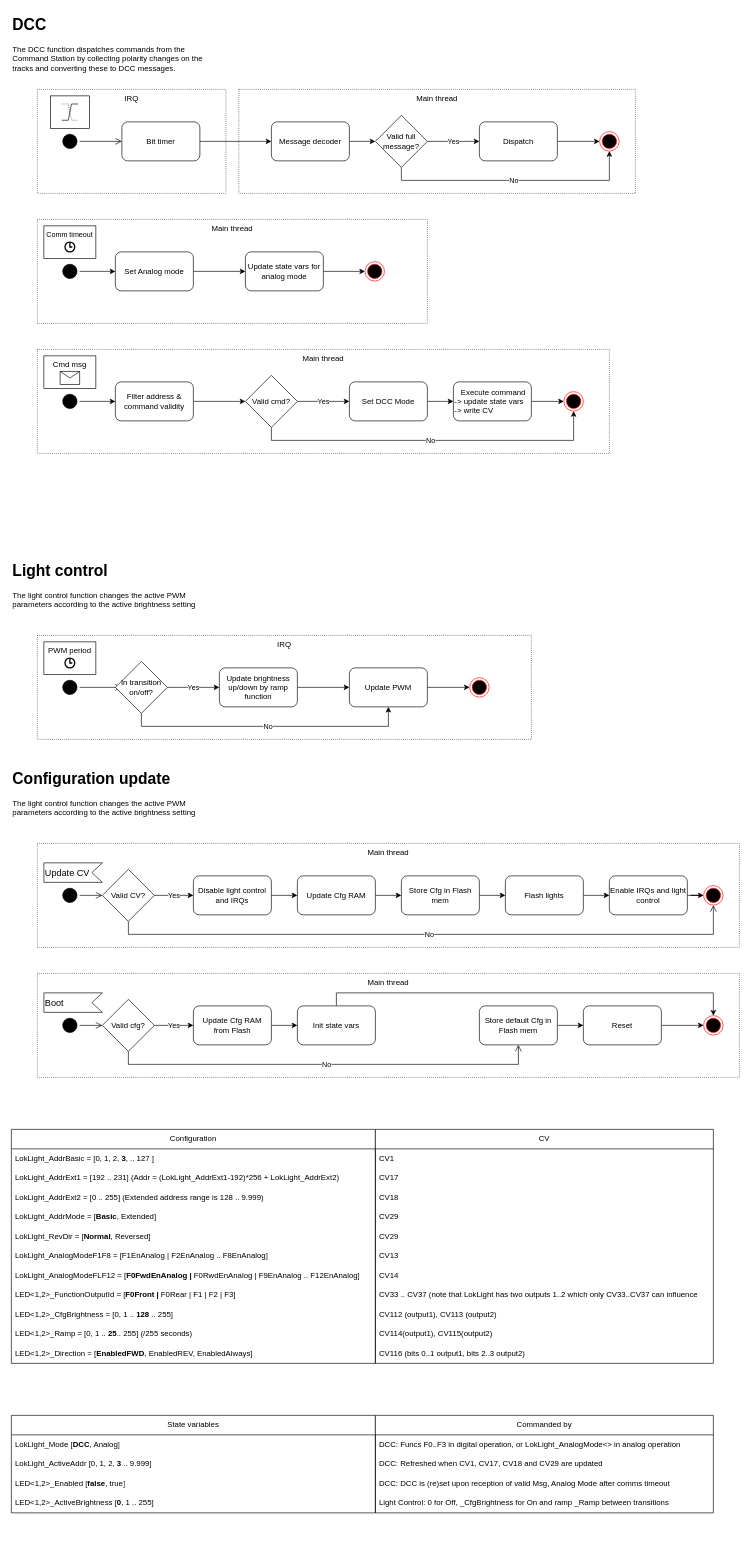
Above: doc/software architecture.drawio in adtembedded/LokLight-firmware (draw.io), before the change. Source tidied: cells renumbered, new cells numbered last; positions are measured from the earlier drawing's top-left corner, leaving out a move shared by most shapes. Both pictures are drawn from the tidied source at 65%, with x=0, y=0 at pixel (11, 11).
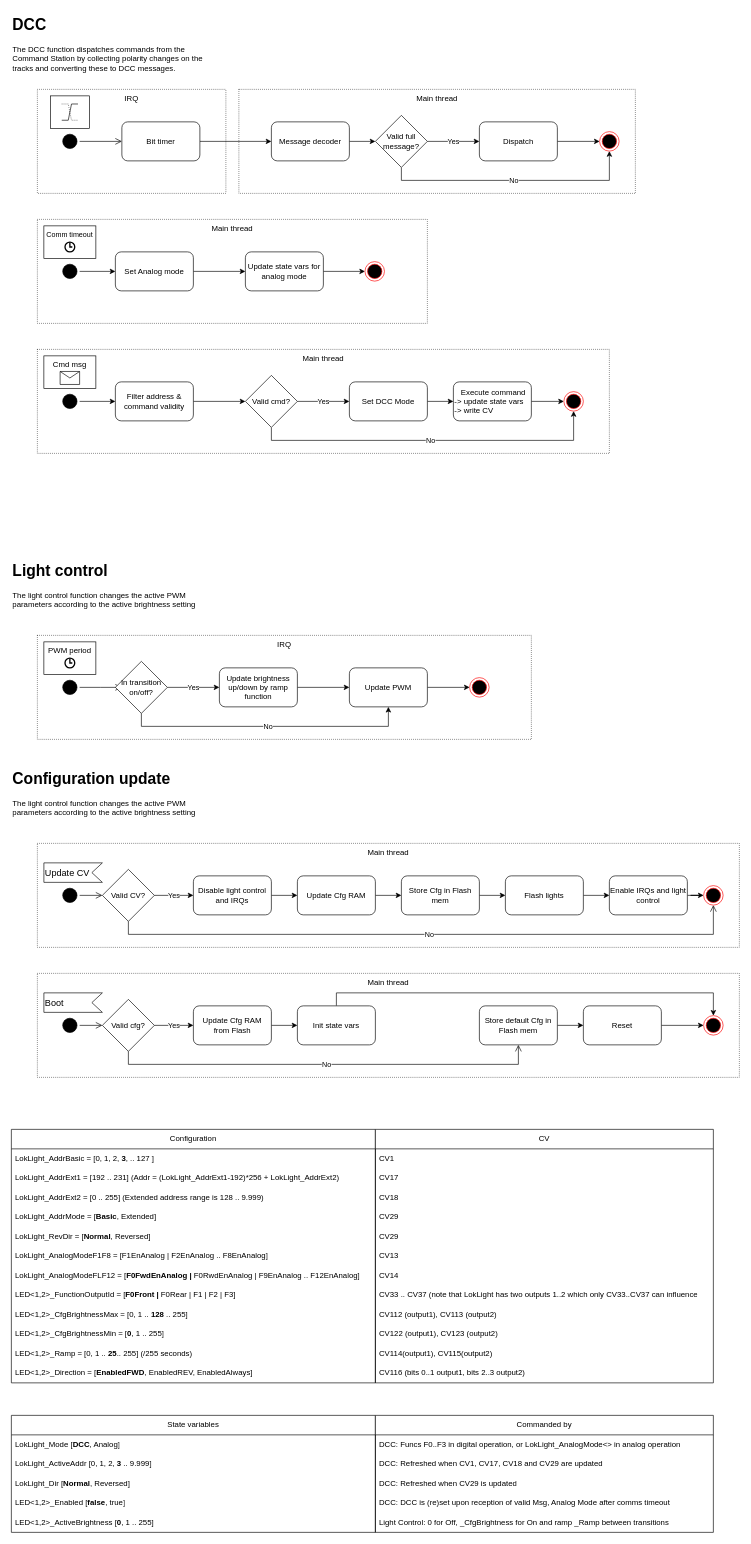
The same page after the edit.

Commit message (it also covers changes not shown here):
add configuration and state vars for dcc control

Diff of the diagram source:
```diff
@@
     <mxCell id="69" value="Configuration" style="swimlane;fontStyle=0;horizontal=1;startSize=30;whiteSpace=wrap;html=1;" parent="1" vertex="1">
-      <mxGeometry y="1720" width="560" height="360" as="geometry" />
+      <mxGeometry y="1720" width="560" height="390" as="geometry" />
     </mxCell>
@@
-    <mxCell id="78" value="LED&amp;lt;1,2&amp;gt;_CfgBrightness = [0, 1 .. &lt;b&gt;128 &lt;/b&gt;.. 255]" style="text;strokeColor=none;fillColor=none;align=left;verticalAlign=middle;spacingLeft=4;spacingRight=4;overflow=hidden;whiteSpace=wrap;html=1;" parent="69" vertex="1">
+    <mxCell id="78" value="LED&amp;lt;1,2&amp;gt;_CfgBrightnessMax = [0, 1 .. &lt;b&gt;128 &lt;/b&gt;.. 255]" style="text;strokeColor=none;fillColor=none;align=left;verticalAlign=middle;spacingLeft=4;spacingRight=4;overflow=hidden;whiteSpace=wrap;html=1;" parent="69" vertex="1">
       <mxGeometry y="270" width="560" height="30" as="geometry" />
     </mxCell>
+    <mxCell id="132" value="LED&amp;lt;1,2&amp;gt;_CfgBrightnessMin = [&lt;b&gt;0&lt;/b&gt;, 1 ..&amp;nbsp;255]" style="text;strokeColor=none;fillColor=none;align=left;verticalAlign=middle;spacingLeft=4;spacingRight=4;overflow=hidden;whiteSpace=wrap;html=1;" parent="69" vertex="1">
+      <mxGeometry y="300" width="560" height="30" as="geometry" />
+    </mxCell>
     <mxCell id="79" value="LED&amp;lt;1,2&amp;gt;_Ramp = [0, 1 ..&amp;nbsp;&lt;b&gt;25&lt;/b&gt;.. 255] (/255 seconds)" style="text;strokeColor=none;fillColor=none;align=left;verticalAlign=middle;spacingLeft=4;spacingRight=4;overflow=hidden;whiteSpace=wrap;html=1;" parent="69" vertex="1">
-      <mxGeometry y="300" width="560" height="30" as="geometry" />
+      <mxGeometry y="330" width="560" height="30" as="geometry" />
     </mxCell>
     <mxCell id="80" value="LED&amp;lt;1,2&amp;gt;_Direction = [&lt;b&gt;EnabledFWD&lt;/b&gt;, EnabledREV, EnabledAlways]" style="text;strokeColor=none;fillColor=none;align=left;verticalAlign=middle;spacingLeft=4;spacingRight=4;overflow=hidden;whiteSpace=wrap;html=1;" parent="69" vertex="1">
-      <mxGeometry y="330" width="560" height="30" as="geometry" />
+      <mxGeometry y="360" width="560" height="30" as="geometry" />
     </mxCell>
     <mxCell id="81" value="CV" style="swimlane;fontStyle=0;horizontal=1;startSize=30;whiteSpace=wrap;html=1;" parent="1" vertex="1">
-      <mxGeometry x="560" y="1720" width="520" height="360" as="geometry" />
+      <mxGeometry x="560" y="1720" width="520" height="390" as="geometry" />
     </mxCell>
@@
+    <mxCell id="133" value="CV122 (output1), CV123 (output2)" style="text;strokeColor=none;fillColor=none;align=left;verticalAlign=middle;spacingLeft=4;spacingRight=4;overflow=hidden;whiteSpace=wrap;html=1;" parent="81" vertex="1">
+      <mxGeometry y="300" width="520" height="30" as="geometry" />
+    </mxCell>
     <mxCell id="91" value="CV114(output1), CV115(output2)" style="text;strokeColor=none;fillColor=none;align=left;verticalAlign=middle;spacingLeft=4;spacingRight=4;overflow=hidden;whiteSpace=wrap;html=1;" parent="81" vertex="1">
-      <mxGeometry y="300" width="520" height="30" as="geometry" />
+      <mxGeometry y="330" width="520" height="30" as="geometry" />
     </mxCell>
     <mxCell id="92" value="CV116 (bits 0..1 output1, bits 2..3 output2)" style="text;strokeColor=none;fillColor=none;align=left;verticalAlign=middle;spacingLeft=4;spacingRight=4;overflow=hidden;whiteSpace=wrap;html=1;" parent="81" vertex="1">
-      <mxGeometry y="330" width="520" height="30" as="geometry" />
+      <mxGeometry y="360" width="520" height="30" as="geometry" />
     </mxCell>
     <mxCell id="93" value="State variables" style="swimlane;fontStyle=0;horizontal=1;startSize=30;whiteSpace=wrap;html=1;" parent="1" vertex="1">
-      <mxGeometry y="2160" width="560" height="150" as="geometry" />
+      <mxGeometry y="2160" width="560" height="180" as="geometry" />
     </mxCell>
@@
+    <mxCell id="134" value="LokLight_Dir [&lt;b&gt;Normal&lt;/b&gt;, Reversed]" style="text;strokeColor=none;fillColor=none;align=left;verticalAlign=middle;spacingLeft=4;spacingRight=4;overflow=hidden;whiteSpace=wrap;html=1;" parent="93" vertex="1">
+      <mxGeometry y="90" width="560" height="30" as="geometry" />
+    </mxCell>
     <mxCell id="96" value="LED&amp;lt;1,2&amp;gt;_Enabled [&lt;b&gt;false&lt;/b&gt;, true]" style="text;strokeColor=none;fillColor=none;align=left;verticalAlign=middle;spacingLeft=4;spacingRight=4;overflow=hidden;whiteSpace=wrap;html=1;" parent="93" vertex="1">
-      <mxGeometry y="90" width="560" height="30" as="geometry" />
+      <mxGeometry y="120" width="560" height="30" as="geometry" />
     </mxCell>
     <mxCell id="97" value="LED&amp;lt;1,2&amp;gt;_ActiveBrightness [&lt;b&gt;0&lt;/b&gt;, 1 .. 255]" style="text;strokeColor=none;fillColor=none;align=left;verticalAlign=middle;spacingLeft=4;spacingRight=4;overflow=hidden;whiteSpace=wrap;html=1;" parent="93" vertex="1">
-      <mxGeometry y="120" width="560" height="30" as="geometry" />
+      <mxGeometry y="150" width="560" height="30" as="geometry" />
     </mxCell>
     <mxCell id="98" value="Commanded by" style="swimlane;fontStyle=0;horizontal=1;startSize=30;whiteSpace=wrap;html=1;" parent="1" vertex="1">
-      <mxGeometry x="560" y="2160" width="520" height="150" as="geometry" />
+      <mxGeometry x="560" y="2160" width="520" height="180" as="geometry" />
     </mxCell>
@@
+    <mxCell id="135" value="DCC: Refreshed when CV29 is updated" style="text;strokeColor=none;fillColor=none;align=left;verticalAlign=middle;spacingLeft=4;spacingRight=4;overflow=hidden;whiteSpace=wrap;html=1;" parent="98" vertex="1">
+      <mxGeometry y="90" width="520" height="30" as="geometry" />
+    </mxCell>
     <mxCell id="101" value="DCC: DCC is (re)set upon reception of valid Msg, Analog Mode after comms timeout" style="text;strokeColor=none;fillColor=none;align=left;verticalAlign=middle;spacingLeft=4;spacingRight=4;overflow=hidden;whiteSpace=wrap;html=1;" parent="98" vertex="1">
-      <mxGeometry y="90" width="520" height="30" as="geometry" />
+      <mxGeometry y="120" width="520" height="30" as="geometry" />
     </mxCell>
     <mxCell id="102" value="Light Control: 0 for Off, _CfgBrightness for On and ramp _Ramp between transitions" style="text;strokeColor=none;fillColor=none;align=left;verticalAlign=middle;spacingLeft=4;spacingRight=4;overflow=hidden;whiteSpace=wrap;html=1;" parent="98" vertex="1">
-      <mxGeometry y="120" width="520" height="30" as="geometry" />
+      <mxGeometry y="150" width="520" height="30" as="geometry" />
     </mxCell>
```
